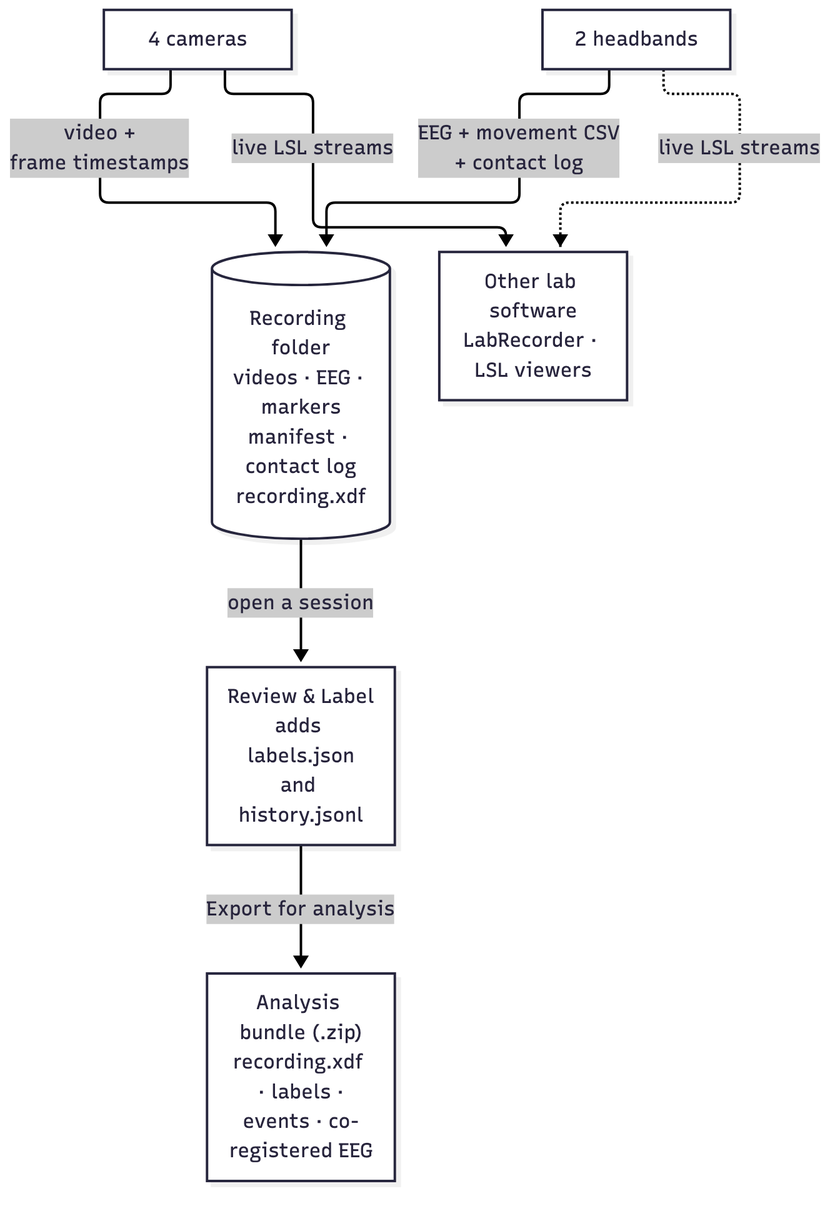
This is docs/diagrams/data-flow.png from mohammadabdullahkhurram/Brain-Battle-Phase-3, a Mermaid export, as it was before one commit. Its source is kept beside it as docs/diagrams/data-flow.mmd.
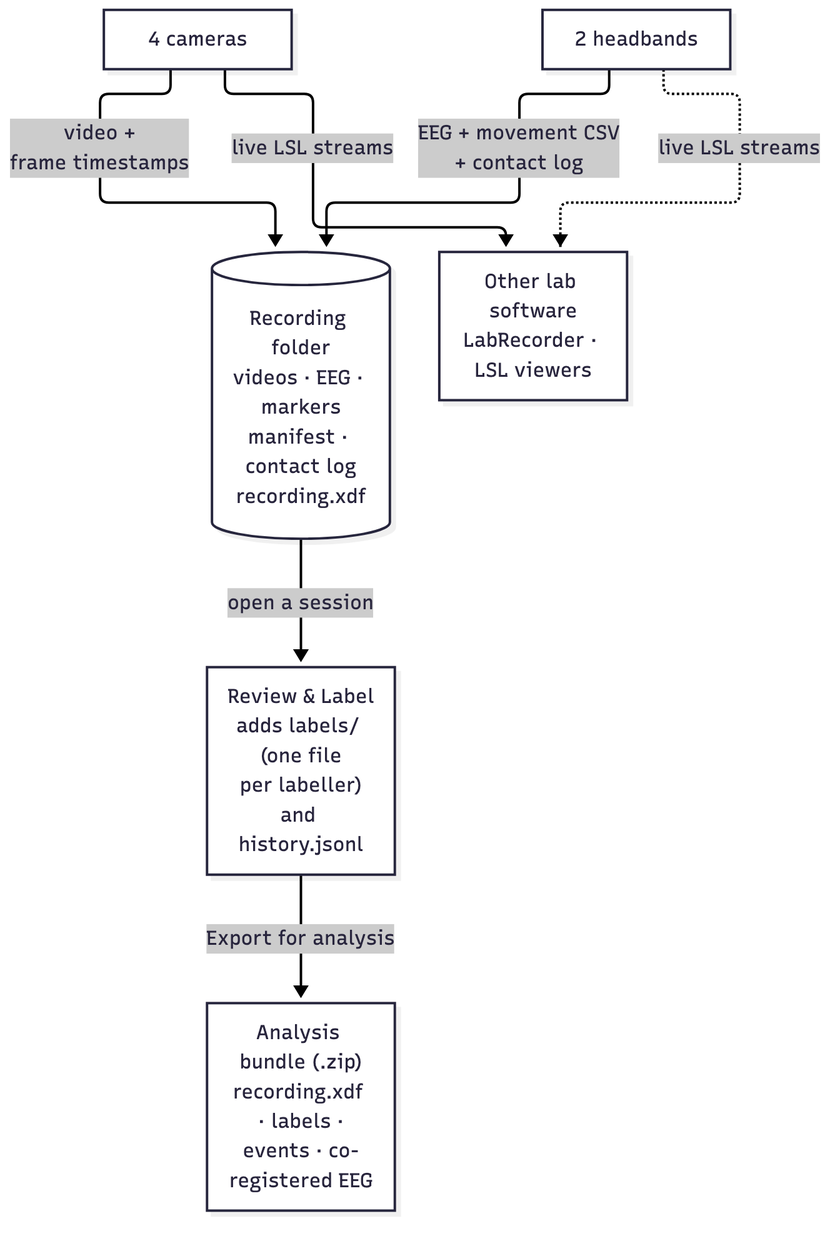
Later version of the same file.

The edit, as a diff of the source:
```diff
@@ -5,5 +5,5 @@
     CAMS -.->|"live LSL streams"| LSL["Other lab software<br/>LabRecorder · LSL viewers"]
     BANDS -.->|"live LSL streams"| LSL
     FOLDER[("Recording folder<br/>videos · EEG · markers<br/>manifest · contact log<br/>recording.xdf")]
-    FOLDER -->|"open a session"| REVIEW["Review &amp; Label<br/>adds labels.json<br/>and history.jsonl"]
+    FOLDER -->|"open a session"| REVIEW["Review &amp; Label<br/>adds labels/ (one file<br/>per labeller)<br/>and history.jsonl"]
     REVIEW -->|"Export for analysis"| ZIP["Analysis bundle (.zip)<br/>recording.xdf · labels ·<br/>events · co-registered EEG"]
```
